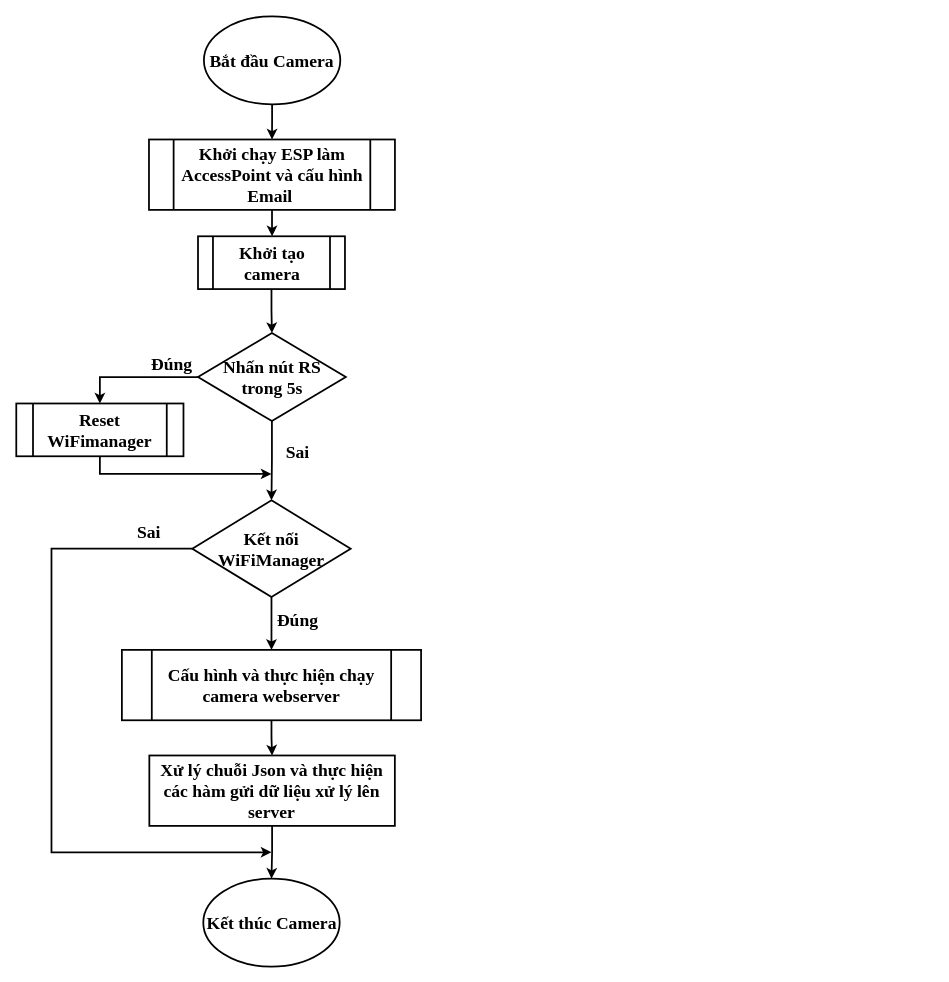
The draw.io diagram Work/Flowchart/cam.drawio in sonvu20489/DATN_Sonvth_Khiemhdt, before the edit. Source tidied: cells renumbered, new cells numbered last; positions are measured from the earlier drawing's top-left corner, leaving out a move shared by most shapes. Both pictures are drawn from the tidied source at 88%, with x=0, y=0 at pixel (16, 16).
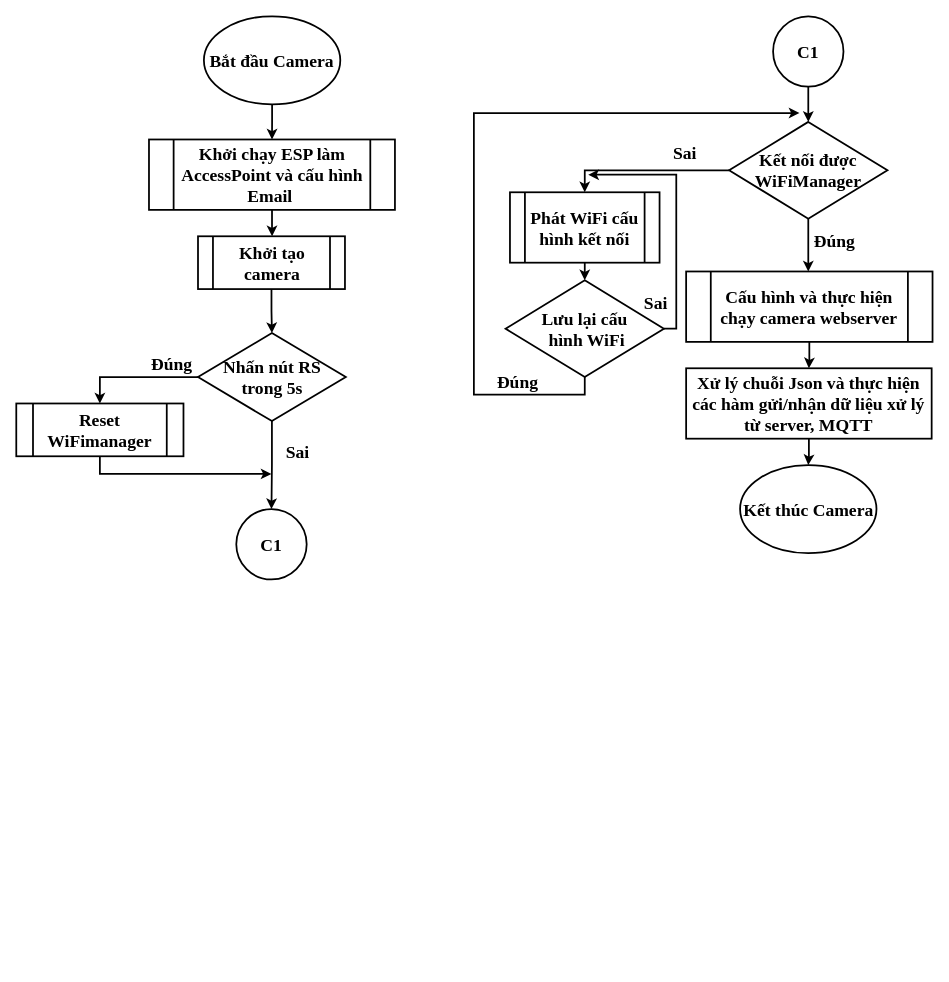
After the change.

Unchanged cells that the change refers to:
```xml
<mxCell id="8" value="Nhấn nút RS&lt;br&gt;trong 5s" style="rhombus;whiteSpace=wrap;html=1;strokeWidth=2;fontFamily=Times New Roman;fontStyle=1;fontSize=20;" parent="1" vertex="1">
  <mxGeometry x="206.5" y="360" width="168" height="100" as="geometry" />
</mxCell>
```

The edit, as a diff of the source:
```diff
@@
-    <mxCell id="6" style="edgeStyle=orthogonalEdgeStyle;rounded=0;jettySize=auto;html=1;strokeWidth=2;fontFamily=Times New Roman;fontStyle=1;fontSize=20;" parent="1" edge="1" source="8" target="13">
+    <mxCell id="6" style="edgeStyle=orthogonalEdgeStyle;rounded=0;jettySize=auto;html=1;strokeWidth=2;fontFamily=Times New Roman;fontStyle=1;fontSize=20;entryX=0.5;entryY=0;entryDx=0;entryDy=0;" parent="1" edge="1" source="8" target="32">
       <mxGeometry relative="1" as="geometry" />
     </mxCell>
@@
     <mxCell id="11" style="edgeStyle=orthogonalEdgeStyle;rounded=0;jettySize=auto;html=1;strokeWidth=2;fontFamily=Times New Roman;fontStyle=1;fontSize=20;" parent="1" edge="1" source="13">
       <mxGeometry relative="1" as="geometry">
-        <mxPoint x="290" y="720" as="targetPoint" />
+        <mxPoint x="900" y="290" as="targetPoint" />
       </mxGeometry>
     </mxCell>
-    <mxCell id="12" style="edgeStyle=orthogonalEdgeStyle;rounded=0;jettySize=auto;html=1;exitX=0;exitY=0.5;exitDx=0;exitDy=0;strokeWidth=2;fontFamily=Times New Roman;fontStyle=1;fontSize=20;" parent="1" edge="1" source="13">
-      <mxGeometry relative="1" as="geometry">
-        <mxPoint x="290" y="950" as="targetPoint" />
-        <Array as="points">
-          <mxPoint x="40" y="605" />
-          <mxPoint x="40" y="950" />
-          <mxPoint x="290" y="950" />
-        </Array>
-      </mxGeometry>
-    </mxCell>
+    <mxCell id="25" style="edgeStyle=orthogonalEdgeStyle;rounded=0;jettySize=auto;html=1;exitX=0;exitY=0.5;exitDx=0;exitDy=0;entryX=0.5;entryY=0;entryDx=0;entryDy=0;strokeWidth=2;" parent="1" edge="1" source="13" target="27">
+      <mxGeometry relative="1" as="geometry" />
+    </mxCell>
-    <mxCell id="13" value="Kết nối WiFiManager" style="rhombus;whiteSpace=wrap;html=1;strokeWidth=2;fontFamily=Times New Roman;fontStyle=1;fontSize=20;" parent="1" vertex="1">
-      <mxGeometry x="200" y="550" width="180" height="110" as="geometry" />
+    <mxCell id="13" value="Kết nối được WiFiManager" style="rhombus;whiteSpace=wrap;html=1;strokeWidth=2;fontFamily=Times New Roman;fontStyle=1;fontSize=20;" parent="1" vertex="1">
+      <mxGeometry x="810" y="120" width="180" height="110" as="geometry" />
     </mxCell>
-    <mxCell id="14" style="edgeStyle=orthogonalEdgeStyle;rounded=0;jettySize=auto;html=1;strokeWidth=2;fontFamily=Times New Roman;fontStyle=1;fontSize=20;" parent="1" edge="1" source="15" target="16">
+    <mxCell id="14" style="edgeStyle=orthogonalEdgeStyle;rounded=0;jettySize=auto;html=1;exitX=0.5;exitY=1;exitDx=0;exitDy=0;strokeWidth=2;" parent="1" edge="1" source="15" target="16">
       <mxGeometry relative="1" as="geometry" />
     </mxCell>
-    <mxCell id="15" value="Xử lý chuỗi Json và thực hiện các hàm gửi dữ liệu xử lý lên server" style="rounded=0;whiteSpace=wrap;html=1;strokeWidth=2;fontFamily=Times New Roman;fontStyle=1;fontSize=20;" parent="1" vertex="1">
-      <mxGeometry x="151.2" y="840" width="279" height="80" as="geometry" />
+    <mxCell id="15" value="Xử lý chuỗi Json và thực hiện các hàm gửi/nhận dữ liệu xử lý từ server, MQTT" style="rounded=0;whiteSpace=wrap;html=1;strokeWidth=2;fontFamily=Times New Roman;fontStyle=1;fontSize=20;" parent="1" vertex="1">
+      <mxGeometry x="761.2" y="400" width="279" height="80" as="geometry" />
     </mxCell>
     <mxCell id="16" value="Kết thúc Camera" style="ellipse;whiteSpace=wrap;html=1;strokeWidth=2;fontFamily=Times New Roman;fontStyle=1;fontSize=20;" parent="1" vertex="1">
-      <mxGeometry x="212.5" y="980" width="155" height="100" as="geometry" />
+      <mxGeometry x="822.5" y="510" width="155" height="100" as="geometry" />
     </mxCell>
@@
-    <mxCell id="19" value="Sai" style="text;html=1;strokeColor=none;fillColor=none;align=center;verticalAlign=middle;whiteSpace=wrap;rounded=0;fontFamily=Times New Roman;fontStyle=1;fontSize=20;strokeWidth=2;" parent="1" vertex="1">
-      <mxGeometry x="121" y="570" width="60" height="30" as="geometry" />
+    <mxCell id="19" value="Đúng" style="text;html=1;strokeColor=none;fillColor=none;align=center;verticalAlign=middle;whiteSpace=wrap;rounded=0;fontFamily=Times New Roman;fontStyle=1;fontSize=20;strokeWidth=2;" parent="1" vertex="1">
+      <mxGeometry x="540" y="400" width="60" height="30" as="geometry" />
     </mxCell>
     <mxCell id="20" value="Đúng" style="text;html=1;strokeColor=none;fillColor=none;align=center;verticalAlign=middle;whiteSpace=wrap;rounded=0;fontFamily=Times New Roman;fontStyle=1;fontSize=20;strokeWidth=2;" parent="1" vertex="1">
-      <mxGeometry x="290" y="670" width="60" height="30" as="geometry" />
+      <mxGeometry x="900" y="240" width="60" height="30" as="geometry" />
     </mxCell>
@@
-    <mxCell id="23" style="edgeStyle=orthogonalEdgeStyle;rounded=0;jettySize=auto;html=1;fontFamily=Times New Roman;fontStyle=1;fontSize=20;strokeWidth=2;" parent="1" edge="1" source="24" target="15">
+    <mxCell id="23" style="edgeStyle=orthogonalEdgeStyle;rounded=0;jettySize=auto;html=1;entryX=0.5;entryY=0;entryDx=0;entryDy=0;strokeWidth=2;" parent="1" edge="1" source="24" target="15">
       <mxGeometry relative="1" as="geometry" />
     </mxCell>
     <mxCell id="24" value="Cấu hình và thực hiện chạy camera webserver" style="shape=process;whiteSpace=wrap;html=1;backgroundOutline=1;strokeWidth=2;fontFamily=Times New Roman;fontStyle=1;fontSize=20;" parent="1" vertex="1">
-      <mxGeometry x="120" y="720" width="340" height="80" as="geometry" />
+      <mxGeometry x="761.2" y="290" width="280" height="80" as="geometry" />
     </mxCell>
+    <mxCell id="26" style="edgeStyle=orthogonalEdgeStyle;rounded=0;jettySize=auto;html=1;exitX=0.5;exitY=1;exitDx=0;exitDy=0;entryX=0.5;entryY=0;entryDx=0;entryDy=0;strokeWidth=2;" parent="1" edge="1" source="27" target="30">
+      <mxGeometry relative="1" as="geometry" />
+    </mxCell>
+    <mxCell id="27" value="Phát WiFi cấu hình kết nối" style="shape=process;whiteSpace=wrap;html=1;backgroundOutline=1;strokeWidth=2;fontFamily=Times New Roman;fontStyle=1;fontSize=20;" parent="1" vertex="1">
+      <mxGeometry x="561" y="200" width="170" height="80" as="geometry" />
+    </mxCell>
+    <mxCell id="28" style="edgeStyle=orthogonalEdgeStyle;rounded=0;jettySize=auto;html=1;exitX=0.5;exitY=1;exitDx=0;exitDy=0;strokeWidth=2;" parent="1" edge="1" source="30">
+      <mxGeometry relative="1" as="geometry">
+        <mxPoint x="890" y="110" as="targetPoint" />
+        <Array as="points">
+          <mxPoint x="646" y="430" />
+          <mxPoint x="520" y="430" />
+          <mxPoint x="520" y="110" />
+        </Array>
+      </mxGeometry>
+    </mxCell>
+    <mxCell id="29" style="edgeStyle=orthogonalEdgeStyle;rounded=0;jettySize=auto;html=1;exitX=1;exitY=0.5;exitDx=0;exitDy=0;strokeWidth=2;" parent="1" edge="1" source="30">
+      <mxGeometry relative="1" as="geometry">
+        <mxPoint x="650" y="180" as="targetPoint" />
+        <Array as="points">
+          <mxPoint x="750" y="355" />
+          <mxPoint x="750" y="180" />
+        </Array>
+      </mxGeometry>
+    </mxCell>
+    <mxCell id="30" value="Lưu lại cấu&lt;br&gt;&amp;nbsp;hình WiFi" style="rhombus;whiteSpace=wrap;html=1;strokeWidth=2;fontFamily=Times New Roman;fontStyle=1;fontSize=20;" parent="1" vertex="1">
+      <mxGeometry x="556" y="300" width="180" height="110" as="geometry" />
+    </mxCell>
+    <mxCell id="31" value="Sai" style="text;html=1;strokeColor=none;fillColor=none;align=center;verticalAlign=middle;whiteSpace=wrap;rounded=0;fontFamily=Times New Roman;fontStyle=1;fontSize=20;strokeWidth=2;" parent="1" vertex="1">
+      <mxGeometry x="696.5" y="310" width="60" height="30" as="geometry" />
+    </mxCell>
+    <mxCell id="32" value="C1" style="ellipse;whiteSpace=wrap;html=1;fontFamily=Times New Roman;fontSize=20;fontStyle=1;strokeWidth=2;" parent="1" vertex="1">
+      <mxGeometry x="250" y="560" width="80" height="80" as="geometry" />
+    </mxCell>
+    <mxCell id="33" style="edgeStyle=orthogonalEdgeStyle;rounded=0;jettySize=auto;html=1;exitX=0.5;exitY=1;exitDx=0;exitDy=0;entryX=0.5;entryY=0;entryDx=0;entryDy=0;strokeWidth=2;" parent="1" edge="1" source="34" target="13">
+      <mxGeometry relative="1" as="geometry" />
+    </mxCell>
+    <mxCell id="34" value="C1" style="ellipse;whiteSpace=wrap;html=1;fontFamily=Times New Roman;fontSize=20;fontStyle=1;strokeWidth=2;" parent="1" vertex="1">
+      <mxGeometry x="860" width="80" height="80" as="geometry" />
+    </mxCell>
+    <mxCell id="35" value="Sai" style="text;html=1;strokeColor=none;fillColor=none;align=center;verticalAlign=middle;whiteSpace=wrap;rounded=0;fontFamily=Times New Roman;fontStyle=1;fontSize=20;strokeWidth=2;" parent="1" vertex="1">
+      <mxGeometry x="730" y="140" width="60" height="30" as="geometry" />
+    </mxCell>
```
